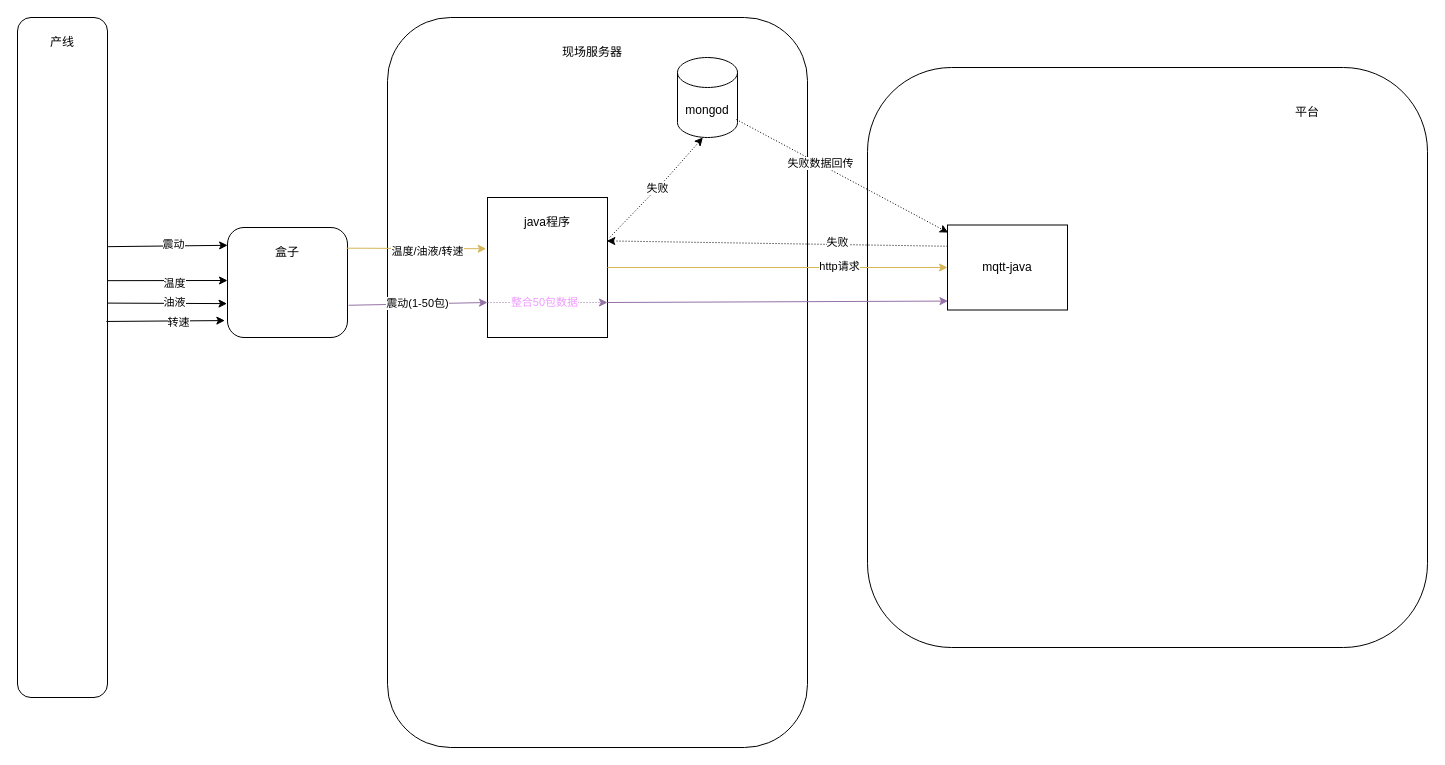
This is page "Page-2" (2 of 2) of 流程图/平台/Untitled Diagram.drawio from zhuchunfeng/diagram1, a draw.io file, before an edit. Source tidied: cells renumbered, new cells numbered last; positions are measured from the earlier drawing's top-left corner, leaving out a move shared by most shapes. Both pictures are drawn from the tidied source at 100%, with x=0, y=0 at pixel (17, 17).
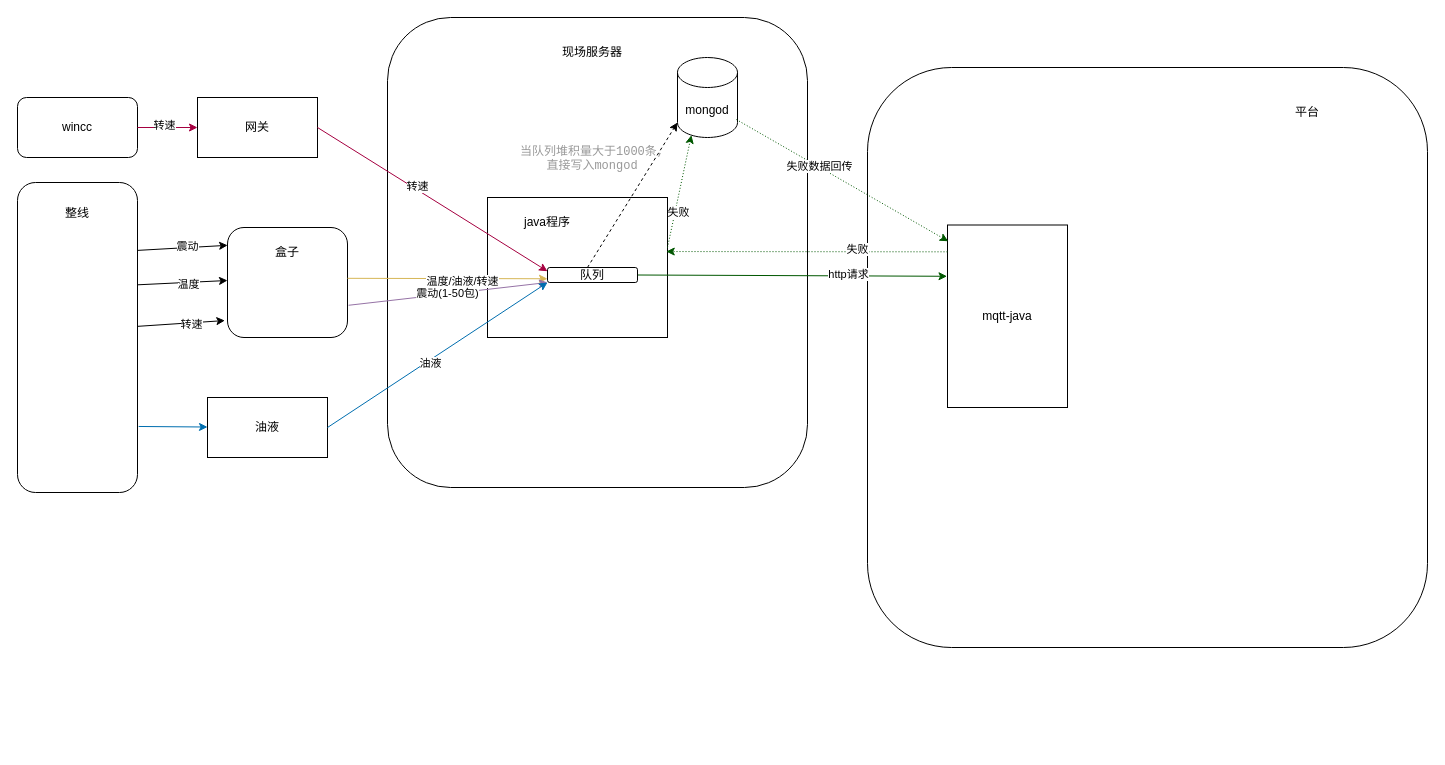
Above is the later version.

Unchanged cells that the change refers to:
```xml
<mxCell id="4" style="rounded=1;whiteSpace=wrap;html=1;" parent="1" vertex="1">
  <mxGeometry x="210" y="210" width="120" height="110" as="geometry" />
</mxCell>
<mxCell id="17" value="mongod" style="shape=cylinder3;whiteSpace=wrap;html=1;boundedLbl=1;backgroundOutline=1;size=15;" parent="1" vertex="1">
  <mxGeometry x="660" y="40" width="60" height="80" as="geometry" />
</mxCell>
```

Change to the diagram source:
```diff
@@
     <mxCell id="2" style="rounded=1;whiteSpace=wrap;html=1;" parent="1" vertex="1">
-      <mxGeometry width="90" height="680" as="geometry" />
+      <mxGeometry y="165" width="120" height="310" as="geometry" />
     </mxCell>
-    <mxCell id="3" value="产线" style="text;html=1;strokeColor=none;fillColor=none;align=center;verticalAlign=middle;whiteSpace=wrap;rounded=0;" parent="1" vertex="1">
-      <mxGeometry x="15" y="10" width="60" height="30" as="geometry" />
-    </mxCell>
@@
-    <mxCell id="6" style="endArrow=classic;html=1;rounded=0;elbow=vertical;exitX=1.007;exitY=0.337;exitDx=0;exitDy=0;exitPerimeter=0;entryX=0.001;entryY=0.162;entryDx=0;entryDy=0;entryPerimeter=0;" parent="1" edge="1" source="2" target="4">
+    <mxCell id="6" style="endArrow=classic;html=1;rounded=0;elbow=vertical;exitX=1.002;exitY=0.219;exitDx=0;exitDy=0;exitPerimeter=0;entryX=0.001;entryY=0.162;entryDx=0;entryDy=0;entryPerimeter=0;" parent="1" edge="1" source="2" target="4">
       <mxGeometry relative="1" as="geometry" />
     </mxCell>
@@
-    <mxCell id="8" style="endArrow=classic;html=1;rounded=0;elbow=vertical;exitX=0.996;exitY=0.387;exitDx=0;exitDy=0;exitPerimeter=0;" parent="1" edge="1" source="2">
+    <mxCell id="8" style="endArrow=classic;html=1;rounded=0;elbow=vertical;exitX=1.002;exitY=0.33;exitDx=0;exitDy=0;exitPerimeter=0;" parent="1" edge="1" source="2">
       <mxGeometry relative="1" as="geometry">
         <mxPoint x="210" y="263" as="targetPoint" />
       </mxGeometry>
     </mxCell>
@@
-    <mxCell id="10" style="endArrow=classic;html=1;rounded=0;elbow=vertical;exitX=1.006;exitY=0.42;exitDx=0;exitDy=0;exitPerimeter=0;entryX=-0.004;entryY=0.692;entryDx=0;entryDy=0;entryPerimeter=0;" parent="1" edge="1" source="2" target="4">
-      <mxGeometry relative="1" as="geometry" />
-    </mxCell>
-    <mxCell id="11" value="油液" style="edgeLabel;html=1;align=center;verticalAlign=middle;" parent="10" vertex="1">
-      <mxGeometry x="0.11" y="1" relative="1" as="geometry" />
-    </mxCell>
-    <mxCell id="12" style="endArrow=classic;html=1;rounded=0;elbow=vertical;exitX=0.988;exitY=0.447;exitDx=0;exitDy=0;exitPerimeter=0;entryX=-0.022;entryY=0.846;entryDx=0;entryDy=0;entryPerimeter=0;" parent="1" edge="1" source="2" target="4">
+    <mxCell id="12" style="endArrow=classic;html=1;rounded=0;elbow=vertical;exitX=1.002;exitY=0.464;exitDx=0;exitDy=0;exitPerimeter=0;entryX=-0.022;entryY=0.846;entryDx=0;entryDy=0;entryPerimeter=0;" parent="1" edge="1" source="2" target="4">
       <mxGeometry relative="1" as="geometry" />
     </mxCell>
@@
     <mxCell id="14" style="rounded=1;whiteSpace=wrap;html=1;" parent="1" vertex="1">
-      <mxGeometry x="370" width="420" height="730" as="geometry" />
+      <mxGeometry x="370" width="420" height="470" as="geometry" />
     </mxCell>
@@
     <mxCell id="16" style="rounded=0;whiteSpace=wrap;html=1;" parent="1" vertex="1">
-      <mxGeometry x="470" y="180" width="120" height="140" as="geometry" />
+      <mxGeometry x="470" y="180" width="180" height="140" as="geometry" />
     </mxCell>
@@
-    <mxCell id="20" style="endArrow=classic;html=1;rounded=0;elbow=vertical;exitX=0.992;exitY=0.188;exitDx=0;exitDy=0;entryX=-0.011;entryY=0.366;entryDx=0;entryDy=0;fillColor=#fff2cc;strokeColor=#d6b656;entryPerimeter=0;exitPerimeter=0;" parent="1" edge="1" source="4" target="16">
+    <mxCell id="20" style="endArrow=classic;html=1;rounded=0;elbow=vertical;exitX=1;exitY=0.462;exitDx=0;exitDy=0;fillColor=#fff2cc;strokeColor=#d6b656;exitPerimeter=0;entryX=0;entryY=0.75;entryDx=0;entryDy=0;" parent="1" edge="1" source="4" target="44">
       <mxGeometry relative="1" as="geometry" />
     </mxCell>
@@
-    <mxCell id="22" style="endArrow=classic;html=1;rounded=0;elbow=vertical;exitX=1;exitY=0.5;exitDx=0;exitDy=0;entryX=0;entryY=0.5;entryDx=0;entryDy=0;fillColor=#fff2cc;strokeColor=#d6b656;" parent="1" edge="1" source="16" target="25">
+    <mxCell id="22" style="endArrow=classic;html=1;rounded=0;elbow=vertical;exitX=1;exitY=0.5;exitDx=0;exitDy=0;entryX=-0.004;entryY=0.281;entryDx=0;entryDy=0;fillColor=#008a00;strokeColor=#005700;entryPerimeter=0;" parent="1" edge="1" source="44" target="25">
       <mxGeometry relative="1" as="geometry" />
     </mxCell>
@@
-    <mxCell id="24" value="震动(1-50包)" style="endArrow=classic;html=1;rounded=0;elbow=vertical;exitX=1.009;exitY=0.707;exitDx=0;exitDy=0;entryX=0;entryY=0.75;entryDx=0;entryDy=0;fillColor=#e1d5e7;strokeColor=#9673a6;exitPerimeter=0;" parent="1" edge="1" source="4" target="16">
+    <mxCell id="24" value="震动(1-50包)" style="endArrow=classic;html=1;rounded=0;elbow=vertical;exitX=1.009;exitY=0.707;exitDx=0;exitDy=0;entryX=0;entryY=1;entryDx=0;entryDy=0;fillColor=#e1d5e7;strokeColor=#9673a6;exitPerimeter=0;" parent="1" edge="1" source="4" target="44">
       <mxGeometry relative="1" as="geometry" />
     </mxCell>
     <mxCell id="25" value="mqtt-java" style="rounded=0;whiteSpace=wrap;html=1;" parent="1" vertex="1">
-      <mxGeometry x="930" y="207.5" width="120" height="85" as="geometry" />
+      <mxGeometry x="930" y="207.5" width="120" height="182.5" as="geometry" />
     </mxCell>
-    <mxCell id="26" style="endArrow=classic;html=1;rounded=0;elbow=vertical;dashed=1;dashPattern=1 2;exitX=0;exitY=0.25;exitDx=0;exitDy=0;entryX=0.994;entryY=0.31;entryDx=0;entryDy=0;entryPerimeter=0;" parent="1" edge="1" source="25" target="16">
+    <mxCell id="26" style="endArrow=classic;html=1;rounded=0;elbow=vertical;dashed=1;dashPattern=1 2;exitX=0;exitY=0.147;exitDx=0;exitDy=0;entryX=0.993;entryY=0.386;entryDx=0;entryDy=0;exitPerimeter=0;entryPerimeter=0;fillColor=#008a00;strokeColor=#005700;" parent="1" edge="1" source="25" target="16">
       <mxGeometry relative="1" as="geometry" />
     </mxCell>
@@
-    <mxCell id="28" value="失败" style="endArrow=classic;html=1;rounded=0;dashed=1;dashPattern=1 2;elbow=vertical;exitX=1.02;exitY=0.284;exitDx=0;exitDy=0;entryX=0.423;entryY=1;entryDx=0;entryDy=0;entryPerimeter=0;exitPerimeter=0;" parent="1" edge="1" source="16" target="17">
-      <mxGeometry relative="1" as="geometry">
-        <Array as="points">
-          <mxPoint x="650" y="160" />
-        </Array>
-      </mxGeometry>
-    </mxCell>
-    <mxCell id="29" style="endArrow=classic;html=1;rounded=0;elbow=vertical;exitX=1;exitY=0.75;exitDx=0;exitDy=0;entryX=0.004;entryY=0.895;entryDx=0;entryDy=0;entryPerimeter=0;fillColor=#e1d5e7;strokeColor=#9673a6;" parent="1" edge="1" source="16" target="25">
-      <mxGeometry relative="1" as="geometry" />
-    </mxCell>
-    <mxCell id="30" style="endArrow=classic;html=1;rounded=0;dashed=1;dashPattern=1 2;elbow=vertical;exitX=0;exitY=0.75;exitDx=0;exitDy=0;entryX=1;entryY=0.75;entryDx=0;entryDy=0;fillColor=#e1d5e7;strokeColor=#9673a6;" parent="1" edge="1" source="16" target="16">
-      <mxGeometry relative="1" as="geometry" />
-    </mxCell>
-    <mxCell id="31" value="整合50包数据" style="edgeLabel;html=1;align=center;verticalAlign=middle;fontColor=#EE99FF;" parent="30" vertex="1">
-      <mxGeometry x="-0.06" y="1" relative="1" as="geometry" />
-    </mxCell>
-    <mxCell id="32" style="endArrow=classic;html=1;rounded=0;dashed=1;dashPattern=1 2;elbow=vertical;exitX=0.982;exitY=0.776;exitDx=0;exitDy=0;exitPerimeter=0;entryX=0.006;entryY=0.089;entryDx=0;entryDy=0;entryPerimeter=0;" parent="1" edge="1" source="17" target="25">
+    <mxCell id="32" style="endArrow=classic;html=1;rounded=0;dashed=1;dashPattern=1 2;elbow=vertical;exitX=0.982;exitY=0.776;exitDx=0;exitDy=0;exitPerimeter=0;entryX=0.006;entryY=0.089;entryDx=0;entryDy=0;entryPerimeter=0;fillColor=#008a00;strokeColor=#005700;" parent="1" edge="1" source="17" target="25">
       <mxGeometry relative="1" as="geometry" />
     </mxCell>
@@
+    <mxCell id="35" value="wincc" style="rounded=1;whiteSpace=wrap;html=1;" parent="1" vertex="1">
+      <mxGeometry y="80" width="120" height="60" as="geometry" />
+    </mxCell>
+    <mxCell id="36" value="网关" style="rounded=0;whiteSpace=wrap;html=1;" parent="1" vertex="1">
+      <mxGeometry x="180" y="80" width="120" height="60" as="geometry" />
+    </mxCell>
+    <mxCell id="37" style="endArrow=classic;html=1;rounded=0;exitX=1;exitY=0.5;exitDx=0;exitDy=0;fillColor=#d80073;strokeColor=#A50040;entryX=0;entryY=0.25;entryDx=0;entryDy=0;" parent="1" edge="1" source="36" target="44">
+      <mxGeometry relative="1" as="geometry" />
+    </mxCell>
+    <mxCell id="38" value="转速" style="edgeLabel;html=1;align=center;verticalAlign=middle;" parent="37" vertex="1">
+      <mxGeometry x="-0.15" y="3" relative="1" as="geometry" />
+    </mxCell>
+    <mxCell id="39" style="endArrow=classic;html=1;rounded=0;exitX=1;exitY=0.5;exitDx=0;exitDy=0;entryX=0;entryY=0.5;entryDx=0;entryDy=0;fillColor=#d80073;strokeColor=#A50040;" parent="1" edge="1" source="35" target="36">
+      <mxGeometry relative="1" as="geometry" />
+    </mxCell>
+    <mxCell id="40" value="转速" style="edgeLabel;html=1;align=center;verticalAlign=middle;" parent="39" vertex="1">
+      <mxGeometry x="-0.15" y="3" relative="1" as="geometry" />
+    </mxCell>
+    <mxCell id="41" value="油液" style="rounded=0;whiteSpace=wrap;html=1;" parent="1" vertex="1">
+      <mxGeometry x="190" y="380" width="120" height="60" as="geometry" />
+    </mxCell>
+    <mxCell id="42" style="endArrow=classic;html=1;rounded=0;exitX=1.01;exitY=0.787;exitDx=0;exitDy=0;exitPerimeter=0;fillColor=#1ba1e2;strokeColor=#006EAF;" parent="1" edge="1" source="2" target="41">
+      <mxGeometry relative="1" as="geometry" />
+    </mxCell>
+    <mxCell id="43" style="endArrow=classic;html=1;rounded=0;exitX=1;exitY=0.5;exitDx=0;exitDy=0;fillColor=#1ba1e2;strokeColor=#006EAF;entryX=0;entryY=1;entryDx=0;entryDy=0;" parent="1" edge="1" source="41" target="44">
+      <mxGeometry relative="1" as="geometry" />
+    </mxCell>
+    <mxCell id="11" value="油液" style="edgeLabel;html=1;align=center;verticalAlign=middle;" parent="43" vertex="1">
+      <mxGeometry x="-0.08" y="-3" relative="1" as="geometry" />
+    </mxCell>
+    <mxCell id="44" value="队列" style="rounded=1;whiteSpace=wrap;html=1;" parent="1" vertex="1">
+      <mxGeometry x="530" y="250" width="90" height="15" as="geometry" />
+    </mxCell>
+    <mxCell id="45" style="endArrow=classic;html=1;rounded=0;elbow=vertical;dashed=1;dashPattern=1 2;entryX=0.231;entryY=0.971;entryDx=0;entryDy=0;entryPerimeter=0;fillColor=#008a00;strokeColor=#005700;" parent="1" edge="1" target="17">
+      <mxGeometry relative="1" as="geometry">
+        <mxPoint x="650" y="230" as="sourcePoint" />
+      </mxGeometry>
+    </mxCell>
+    <mxCell id="28" value="失败" style="edgeLabel;html=1;align=center;verticalAlign=middle;" parent="45" vertex="1">
+      <mxGeometry x="-0.35" y="-3" relative="1" as="geometry" />
+    </mxCell>
+    <mxCell id="46" style="endArrow=classic;html=1;rounded=0;entryX=0;entryY=1;entryDx=0;entryDy=-15;entryPerimeter=0;exitX=0.444;exitY=0;exitDx=0;exitDy=0;exitPerimeter=0;dashed=1;textOpacity=50;" parent="1" edge="1" source="44" target="17">
+      <mxGeometry relative="1" as="geometry" />
+    </mxCell>
+    <mxCell id="47" value="当队列堆积量大于1000条, &#10;直接写入mongod" style="text;strokeColor=none;fillColor=none;align=center;verticalAlign=middle;spacingLeft=4;spacingRight=4;overflow=hidden;strokeWidth=1;fontFamily=Courier New;textOpacity=40;" parent="1" vertex="1">
+      <mxGeometry x="470" y="110" width="210" height="60" as="geometry" />
+    </mxCell>
+    <mxCell id="48" value="整线" style="text;strokeColor=none;fillColor=none;align=center;verticalAlign=middle;spacingLeft=4;spacingRight=4;overflow=hidden;" parent="1" vertex="1">
+      <mxGeometry x="20" y="180" width="80" height="30" as="geometry" />
+    </mxCell>
```
